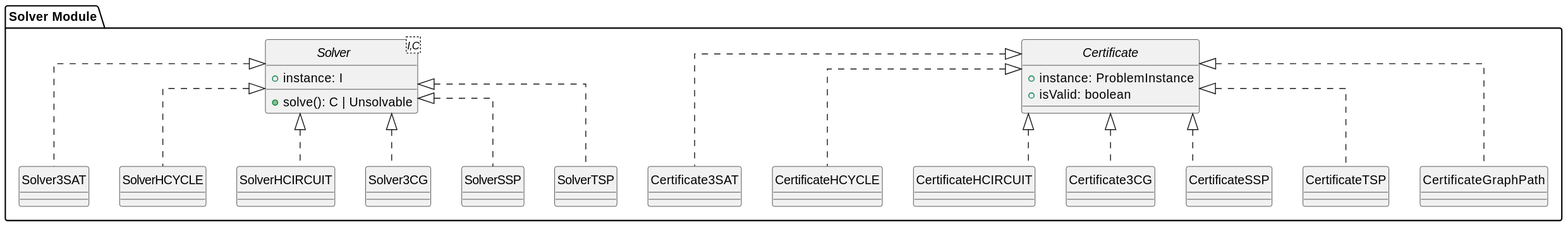
This is paper/assets/plantuml/solve-class-diagram.svg from phatt-23/BP, a PlantUML export, as it was before one commit.
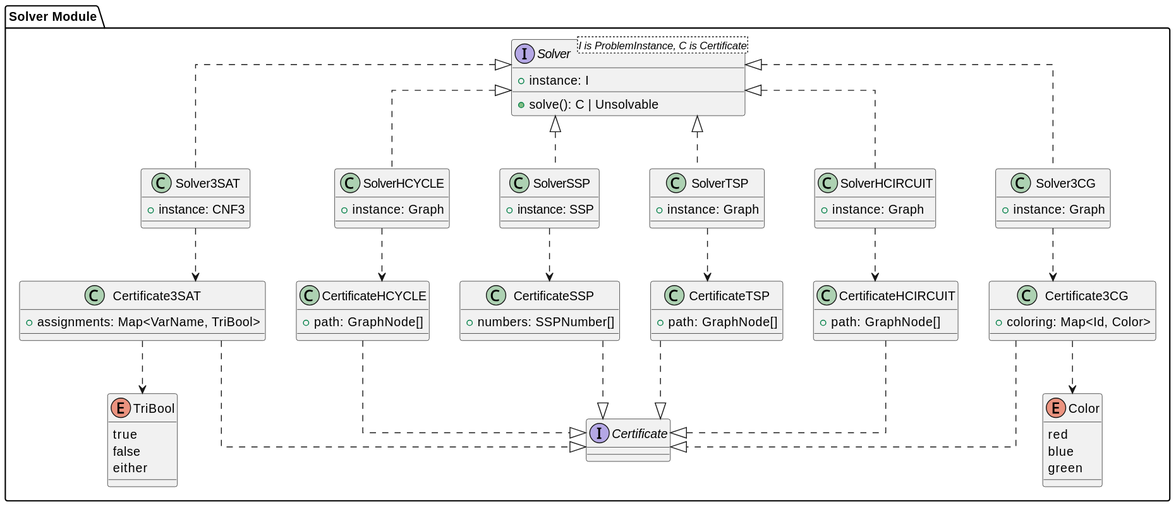
The same diagram one commit later.

Change to the diagram source:
```diff
@@ -1,33 +1,100 @@
 @startuml
 skinparam linetype ortho
-hide circle
 
 package "Solver Module" {
 
-    interface Solver<I,C> {
+    interface Solver<I is ProblemInstance, C is Certificate> {
         +instance: I
         +solve(): C | Unsolvable
     }
 
-    interface Certificate {
-        +instance: ProblemInstance
-        +isValid: boolean
+    class Solver3SAT {
+        +instance: CNF3
     }
 
-    class Certificate3SAT implements Certificate
-    class CertificateHCYCLE implements Certificate
-    class CertificateHCIRCUIT implements Certificate
-    class Certificate3CG implements Certificate
-    class CertificateSSP implements Certificate
-    class CertificateTSP implements Certificate
-    class CertificateGraphPath implements Certificate
+    class SolverHCYCLE {
+        +instance: Graph
+    }
 
-    class Solver3SAT implements Solver
-    class SolverHCYCLE implements Solver
-    class SolverHCIRCUIT implements Solver
-    class Solver3CG implements Solver
-    class SolverSSP implements Solver
-    class SolverTSP implements Solver
+    class SolverHCIRCUIT {
+        +instance: Graph
+    }
 
+    class Solver3CG {
+        +instance: Graph
+    }
+
+    class SolverSSP {
+        +instance: SSP
+    }
+
+    class SolverTSP {
+        +instance: Graph
+    }
+
+    Solver3SAT .up.|> Solver
+    SolverHCYCLE .up.|> Solver
+    SolverHCIRCUIT .up.|> Solver
+    Solver3CG .up.|> Solver
+    SolverSSP .up.|> Solver
+    SolverTSP .up.|> Solver
+
+
+    interface Certificate
+
+    class Certificate3SAT {
+        +assignments: Map<VarName, TriBool>
+    }
+
+    enum TriBool {
+        true
+        false
+        either
+    }
+
+    Certificate3SAT ..> TriBool
+
+    class CertificateHCYCLE {
+        +path: GraphNode[]
+    }
+
+    class CertificateHCIRCUIT {
+        +path: GraphNode[]
+    }
+
+    class Certificate3CG {
+        +coloring: Map<Id, Color>
+    }
+
+    enum Color {
+        red
+        blue
+        green
+    }
+
+    Certificate3CG ..> Color
+
+    class CertificateSSP {
+        +numbers: SSPNumber[]
+    }
+
+    class CertificateTSP {
+        +path: GraphNode[]
+    }
+
+    Certificate3SAT ..|> Certificate
+    CertificateHCYCLE ..|> Certificate
+    CertificateHCIRCUIT ..|> Certificate
+    Certificate3CG ..|> Certificate
+    CertificateSSP ..|> Certificate
+    CertificateTSP ..|> Certificate
+
+
+    Solver3SAT .down.> Certificate3SAT
+    SolverHCYCLE .down.> CertificateHCYCLE
+    SolverHCIRCUIT .down.> CertificateHCIRCUIT
+    Solver3CG .down.> Certificate3CG
+    SolverSSP .down.> CertificateSSP
+    SolverTSP .down.> CertificateTSP
 }
 @enduml
```
